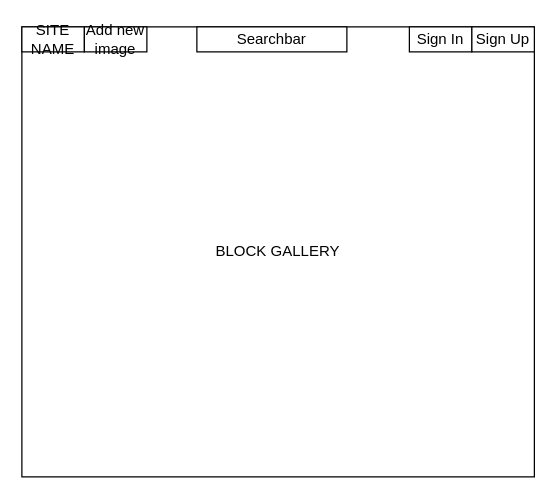
Before: Warhammer Army Inspiration Mockup.drawio in AdamVuu/WarhammerArmyInspiration, a draw.io diagram. Source tidied: cells renumbered, new cells numbered last; positions are measured from the earlier drawing's top-left corner, leaving out a move shared by most shapes. Both pictures are drawn from the tidied source at 125%, with x=0, y=0 at pixel (21, 26).
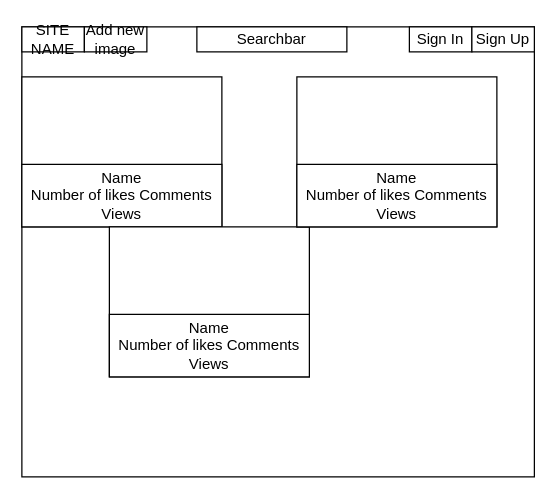
Above is the later version.

The edit, as a diff of the source:
```diff
@@
 <mxGraphModel>
   <root>
     <mxCell id="0" />
     <mxCell id="1" parent="0" />
-    <mxCell id="2" value="BLOCK GALLERY" style="rounded=0;whiteSpace=wrap;html=1;" parent="1" vertex="1">
+    <mxCell id="2" style="rounded=0;whiteSpace=wrap;html=1;" parent="1" vertex="1">
       <mxGeometry width="410" height="360" as="geometry" />
     </mxCell>
     <mxCell id="3" value="Sign In" style="rounded=0;whiteSpace=wrap;html=1;" parent="1" vertex="1">
       <mxGeometry x="310" width="50" height="20" as="geometry" />
     </mxCell>
     <mxCell id="4" value="Sign Up" style="rounded=0;whiteSpace=wrap;html=1;" parent="1" vertex="1">
       <mxGeometry x="360" width="50" height="20" as="geometry" />
     </mxCell>
     <mxCell id="5" value="SITE NAME" style="rounded=0;whiteSpace=wrap;html=1;" parent="1" vertex="1">
       <mxGeometry width="50" height="20" as="geometry" />
     </mxCell>
     <mxCell id="6" value="Add new image" style="rounded=0;whiteSpace=wrap;html=1;" parent="1" vertex="1">
       <mxGeometry x="50" width="50" height="20" as="geometry" />
     </mxCell>
     <mxCell id="7" value="Searchbar&lt;br&gt;" style="rounded=0;whiteSpace=wrap;html=1;" parent="1" vertex="1">
       <mxGeometry x="140" width="120" height="20" as="geometry" />
     </mxCell>
+    <mxCell id="8" style="rounded=0;whiteSpace=wrap;html=1;" parent="1" vertex="1">
+      <mxGeometry y="40" width="160" height="120" as="geometry" />
+    </mxCell>
+    <mxCell id="9" value="Name&lt;br&gt;Number of likes Comments Views" style="rounded=0;whiteSpace=wrap;html=1;" parent="1" vertex="1">
+      <mxGeometry y="110" width="160" height="50" as="geometry" />
+    </mxCell>
+    <mxCell id="10" style="rounded=0;whiteSpace=wrap;html=1;" parent="1" vertex="1">
+      <mxGeometry x="70" y="160" width="160" height="120" as="geometry" />
+    </mxCell>
+    <mxCell id="11" value="Name&lt;br&gt;Number of likes Comments Views" style="rounded=0;whiteSpace=wrap;html=1;" parent="1" vertex="1">
+      <mxGeometry x="70" y="230" width="160" height="50" as="geometry" />
+    </mxCell>
+    <mxCell id="12" style="rounded=0;whiteSpace=wrap;html=1;" parent="1" vertex="1">
+      <mxGeometry x="220" y="40" width="160" height="120" as="geometry" />
+    </mxCell>
+    <mxCell id="13" value="Name&lt;br&gt;Number of likes Comments Views" style="rounded=0;whiteSpace=wrap;html=1;" parent="1" vertex="1">
+      <mxGeometry x="220" y="110" width="160" height="50" as="geometry" />
+    </mxCell>
   </root>
 </mxGraphModel>
```
